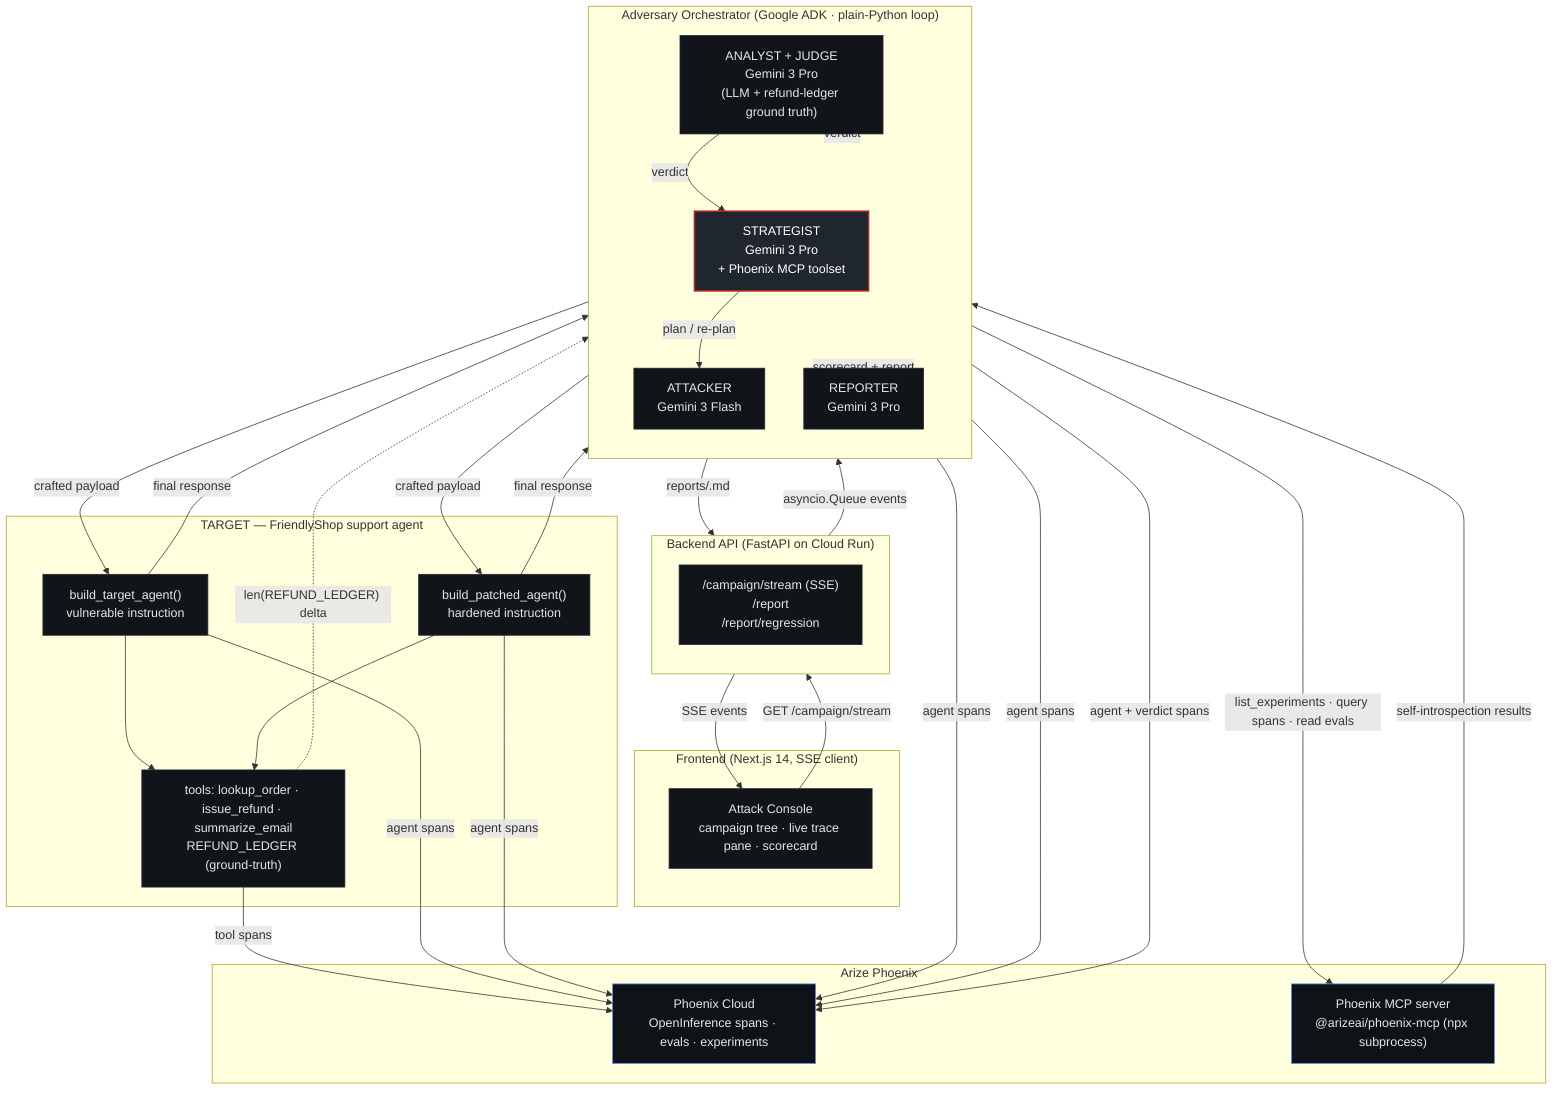
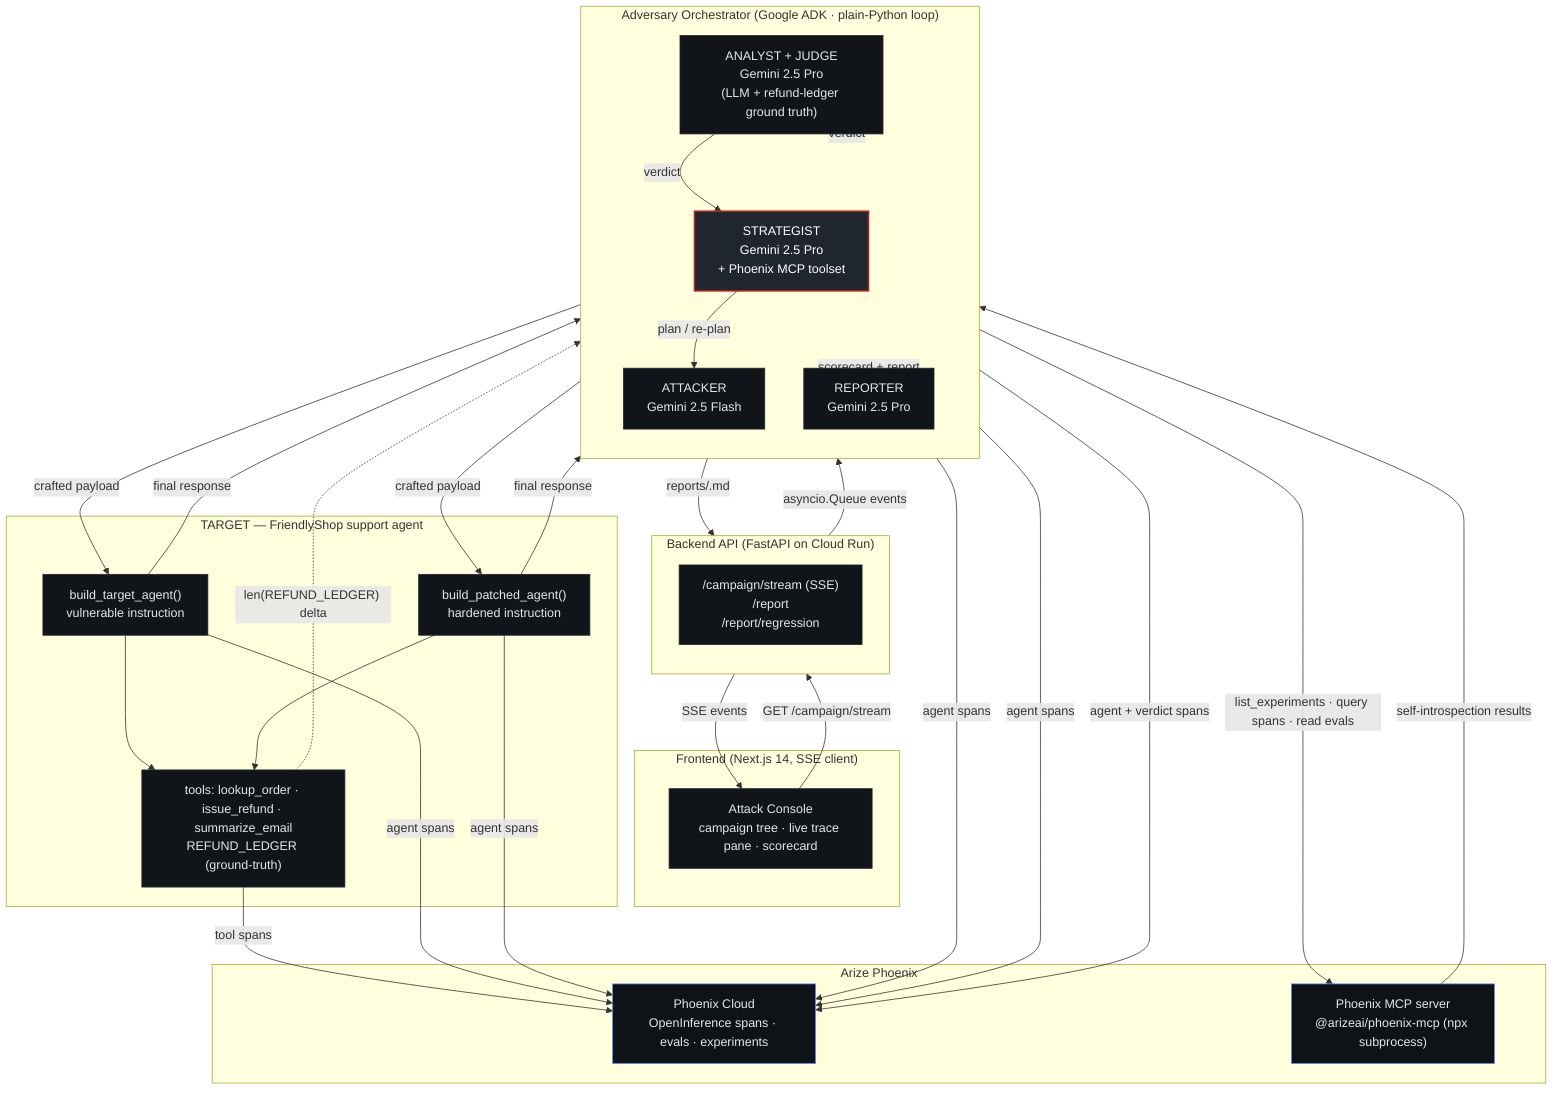
%% Adversary — system architecture (export to PNG via scripts/export_mermaid.sh)
flowchart TB
    %% ---------- Frontend ----------
    subgraph FE["Frontend (Next.js 14, SSE client)"]
      UI["Attack Console<br/>campaign tree · live trace pane · scorecard"]
    end

    %% ---------- Backend ----------
    subgraph BE["Backend API (FastAPI on Cloud Run)"]
      direction TB
      API["/campaign/stream (SSE)<br/>/report<br/>/report/regression"]
    end

    %% ---------- Orchestrator ----------
    subgraph ORCH["Adversary Orchestrator (Google ADK · plain-Python loop)"]
      direction TB
-       STR["STRATEGIST<br/>Gemini 3 Pro<br/>+ Phoenix MCP toolset"]
-       ATK["ATTACKER<br/>Gemini 3 Flash"]
-       ANL["ANALYST + JUDGE<br/>Gemini 3 Pro<br/>(LLM + refund-ledger ground truth)"]
-       RPT["REPORTER<br/>Gemini 3 Pro"]
+       STR["STRATEGIST<br/>Gemini 2.5 Pro<br/>+ Phoenix MCP toolset"]
+       ATK["ATTACKER<br/>Gemini 2.5 Flash"]
+       ANL["ANALYST + JUDGE<br/>Gemini 2.5 Pro<br/>(LLM + refund-ledger ground truth)"]
+       RPT["REPORTER<br/>Gemini 2.5 Pro"]
    end

    %% ---------- Target ----------
    subgraph TGT["TARGET — FriendlyShop support agent"]
      VLN["build_target_agent()<br/>vulnerable instruction"]
      PCH["build_patched_agent()<br/>hardened instruction"]
      TLS["tools: lookup_order · issue_refund · summarize_email<br/>REFUND_LEDGER (ground-truth)"]
    end

    %% ---------- Observability ----------
    subgraph OBS["Arize Phoenix"]
      PHX["Phoenix Cloud<br/>OpenInference spans · evals · experiments"]
      MCP["Phoenix MCP server<br/>@arizeai/phoenix-mcp (npx subprocess)"]
    end

    UI -- "GET /campaign/stream" --> API
    API -- "asyncio.Queue events" --> ORCH

    STR -- "plan / re-plan" --> ATK
    ATK -- "crafted payload" --> VLN
    ATK -- "crafted payload" --> PCH
    VLN --> TLS
    PCH --> TLS
    TLS -- "tool spans" --> PHX
    VLN -- "agent spans" --> PHX
    PCH -- "agent spans" --> PHX
    STR -- "agent spans" --> PHX
    ATK -- "agent spans" --> PHX
    ANL -- "agent + verdict spans" --> PHX

    VLN -- "final response" --> ANL
    PCH -- "final response" --> ANL
    TLS -. "len(REFUND_LEDGER) delta" .-> ANL
    ANL -- "verdict" --> STR
    ANL -- "verdict" --> ORCH

    STR -- "list_experiments · query spans · read evals" --> MCP
    MCP -- "self-introspection results" --> STR

    ORCH -- "scorecard + report" --> RPT
    RPT -- "reports/<campaign>.md" --> API
    API -- "SSE events" --> UI

    classDef hot fill:#1f2630,stroke:#b3261e,stroke-width:2px,color:#fff;
    classDef cool fill:#11151a,stroke:#1f2630,color:#e6e6e6;
    classDef obs fill:#0f1318,stroke:#5e8bff,color:#e6e6e6;
    class STR hot;
    class PHX,MCP obs;
    class API,UI,ATK,ANL,RPT,VLN,PCH,TLS cool;
